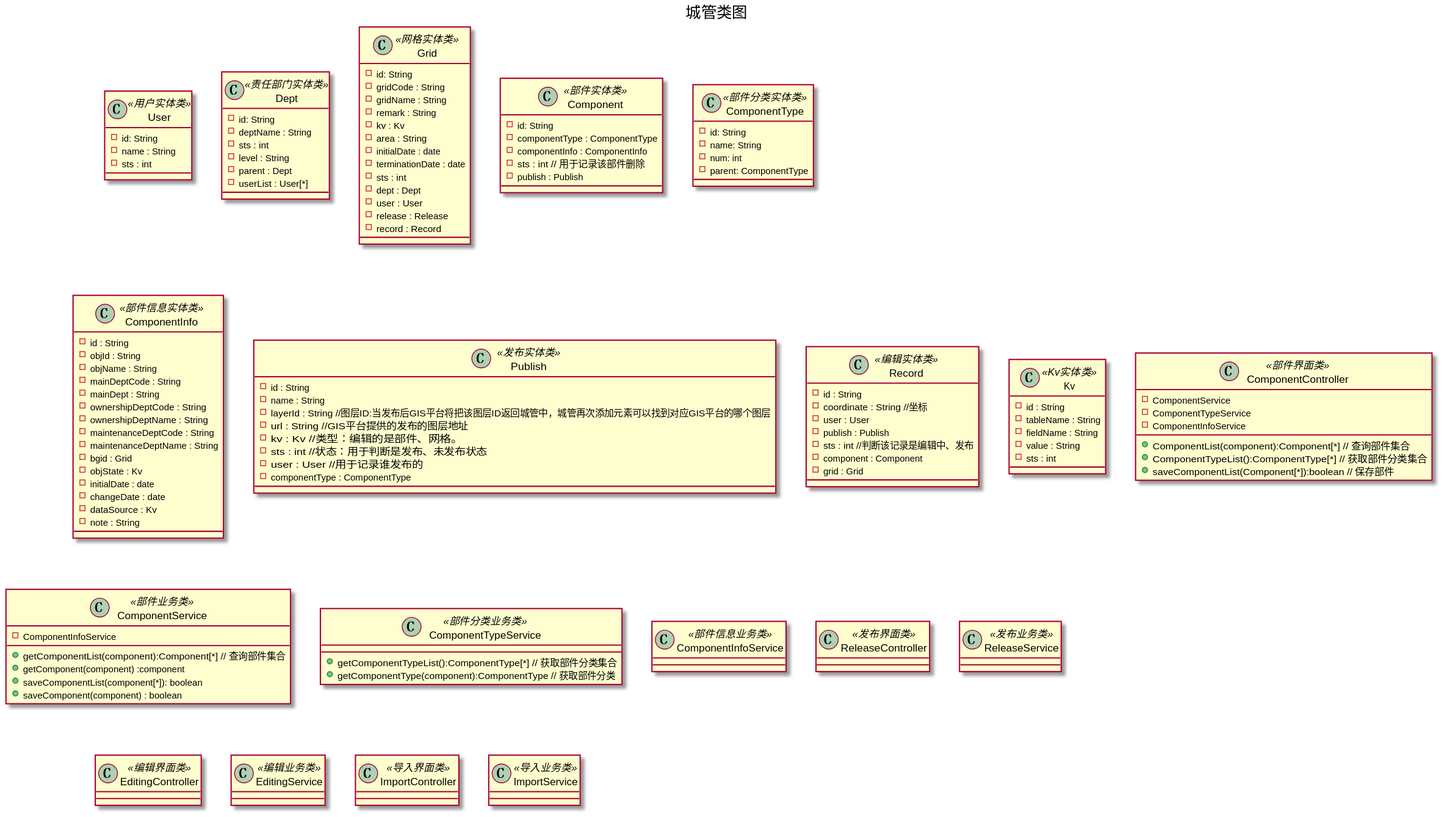
Before: doc/ClassUml/城管类图/城管类图.svg, a diagram exported from PlantUML (missaouib/urban-management-platform).
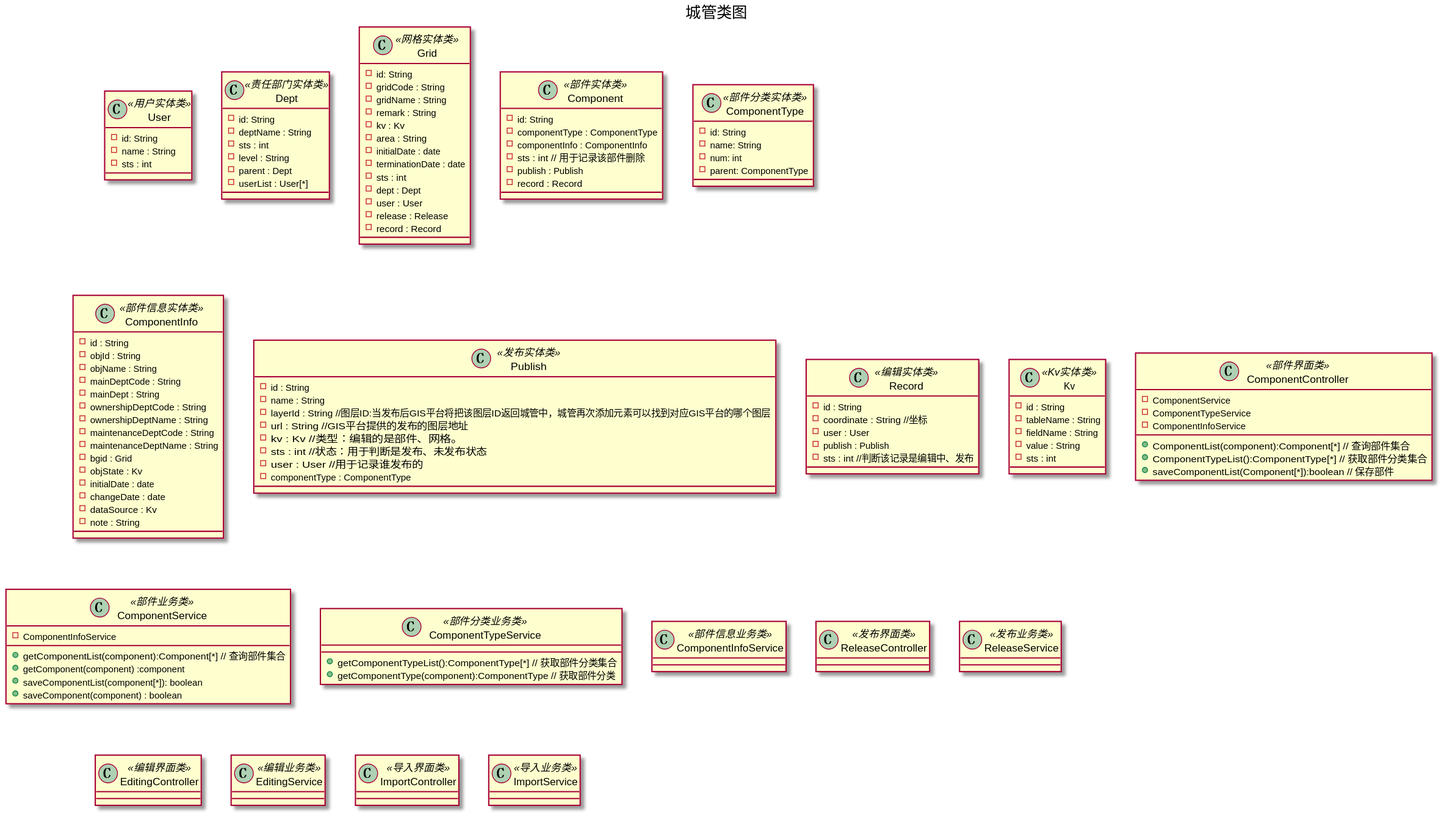
After the commit.

Commit message:
城管类图 部件 网格增加编辑记录外键

The edit, as a diff of the source:
```diff
@@ -37,6 +37,7 @@
     -componentInfo : ComponentInfo
     -sts : int  // 用于记录该部件删除
     -publish : Publish
+    -record : Record
 }
 
 class ComponentType<<部件分类实体类>>{
@@ -80,8 +81,6 @@
     -user : User
     -publish : Publish
     -sts : int //判断该记录是编辑中、发布
-    -component : Component
-    -grid : Grid
 }
 
 class Kv<<Kv实体类>>{
```
